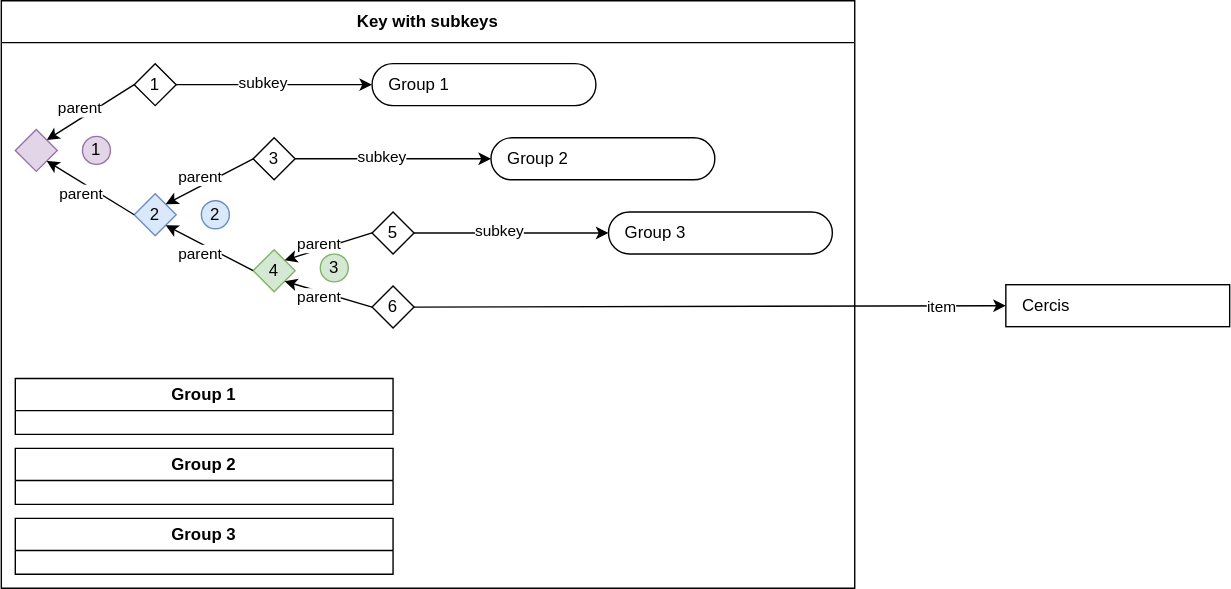
Earlier version of the draw.io export docs/media/indented-key-subkeys.drawio.svg (rbgvictoria/keybase_model). Source tidied: cells renumbered, new cells last; positions are measured from the earlier drawing's top-left corner, leaving out a move shared by most shapes. The source it was exported from:
```xml
<mxGraphModel>
  <root>
    <mxCell id="0" />
    <mxCell id="1" parent="0" />
    <mxCell id="2" value="1" style="ellipse;whiteSpace=wrap;html=1;fillColor=#e1d5e7;strokeColor=#9673a6;direction=south;" parent="1" vertex="1">
      <mxGeometry x="58" y="97" width="20" height="20" as="geometry" />
    </mxCell>
    <mxCell id="3" value="1" style="rhombus;whiteSpace=wrap;html=1;fillColor=none;strokeColor=#000000;" parent="1" vertex="1">
      <mxGeometry x="95" y="45" width="30" height="30" as="geometry" />
    </mxCell>
    <mxCell id="4" style="endArrow=classic;html=1;rounded=0;exitX=0;exitY=0.5;exitDx=0;exitDy=0;entryX=1;entryY=0;entryDx=0;entryDy=0;" parent="1" edge="1" source="3" target="6">
      <mxGeometry relative="1" as="geometry" />
    </mxCell>
    <mxCell id="5" value="parent" style="edgeLabel;html=1;align=center;verticalAlign=middle;" parent="4" vertex="1">
      <mxGeometry x="-0.2" relative="1" as="geometry">
        <mxPoint x="-14" as="offset" />
      </mxGeometry>
    </mxCell>
    <mxCell id="6" style="rhombus;whiteSpace=wrap;html=1;fillColor=#e1d5e7;strokeColor=#9673a6;" parent="1" vertex="1">
      <mxGeometry x="10" y="92" width="30" height="30" as="geometry" />
    </mxCell>
    <mxCell id="7" value="2" style="rhombus;whiteSpace=wrap;html=1;fillColor=#dae8fc;strokeColor=#6c8ebf;" parent="1" vertex="1">
      <mxGeometry x="95" y="138" width="30" height="30" as="geometry" />
    </mxCell>
    <mxCell id="8" style="endArrow=classic;html=1;rounded=0;exitX=0;exitY=0.5;exitDx=0;exitDy=0;entryX=1;entryY=1;entryDx=0;entryDy=0;" parent="1" edge="1" source="7" target="6">
      <mxGeometry relative="1" as="geometry" />
    </mxCell>
    <mxCell id="9" value="parent" style="edgeLabel;html=1;align=center;verticalAlign=middle;" parent="8" vertex="1">
      <mxGeometry x="-0.2" relative="1" as="geometry">
        <mxPoint x="-14" as="offset" />
      </mxGeometry>
    </mxCell>
    <mxCell id="10" value="2" style="ellipse;whiteSpace=wrap;html=1;fillColor=#dae8fc;strokeColor=#6c8ebf;direction=south;" parent="1" vertex="1">
      <mxGeometry x="143" y="143" width="20" height="20" as="geometry" />
    </mxCell>
    <mxCell id="11" value="3" style="rhombus;whiteSpace=wrap;html=1;" parent="1" vertex="1">
      <mxGeometry x="180" y="98" width="30" height="30" as="geometry" />
    </mxCell>
    <mxCell id="12" style="endArrow=classic;html=1;rounded=0;exitX=0;exitY=0.5;exitDx=0;exitDy=0;entryX=1;entryY=0;entryDx=0;entryDy=0;" parent="1" edge="1" source="11" target="7">
      <mxGeometry relative="1" as="geometry" />
    </mxCell>
    <mxCell id="13" value="parent" style="edgeLabel;html=1;align=center;verticalAlign=middle;" parent="12" vertex="1">
      <mxGeometry x="-0.2" relative="1" as="geometry">
        <mxPoint x="-14" as="offset" />
      </mxGeometry>
    </mxCell>
    <mxCell id="14" style="endArrow=classic;html=1;rounded=0;entryX=0;entryY=0.5;entryDx=0;entryDy=0;exitX=1;exitY=0.5;exitDx=0;exitDy=0;" parent="1" edge="1" source="3" target="27">
      <mxGeometry relative="1" as="geometry" />
    </mxCell>
    <mxCell id="15" value="item" style="edgeLabel;html=1;align=center;verticalAlign=middle;" parent="14" vertex="1">
      <mxGeometry x="-0.28" y="-1" relative="1" as="geometry">
        <mxPoint x="7" y="-2" as="offset" />
      </mxGeometry>
    </mxCell>
    <mxCell id="16" value="subkey" style="edgeLabel;html=1;align=center;verticalAlign=middle;" parent="14" vertex="1">
      <mxGeometry x="-0.13" y="2" relative="1" as="geometry" />
    </mxCell>
    <mxCell id="17" value="4" style="rhombus;whiteSpace=wrap;html=1;fillColor=#d5e8d4;strokeColor=#82b366;" parent="1" vertex="1">
      <mxGeometry x="180" y="178" width="30" height="30" as="geometry" />
    </mxCell>
    <mxCell id="18" style="endArrow=classic;html=1;rounded=0;exitX=0;exitY=0.5;exitDx=0;exitDy=0;entryX=1;entryY=1;entryDx=0;entryDy=0;" parent="1" edge="1" source="17" target="7">
      <mxGeometry relative="1" as="geometry" />
    </mxCell>
    <mxCell id="19" value="parent" style="edgeLabel;html=1;align=center;verticalAlign=middle;" parent="18" vertex="1">
      <mxGeometry x="-0.2" relative="1" as="geometry">
        <mxPoint x="-14" as="offset" />
      </mxGeometry>
    </mxCell>
    <mxCell id="20" value="3" style="ellipse;whiteSpace=wrap;html=1;fillColor=#d5e8d4;strokeColor=#82b366;" parent="1" vertex="1">
      <mxGeometry x="228" y="181" width="20" height="20" as="geometry" />
    </mxCell>
    <mxCell id="21" value="5" style="rhombus;whiteSpace=wrap;html=1;" parent="1" vertex="1">
      <mxGeometry x="265" y="151" width="30" height="30" as="geometry" />
    </mxCell>
    <mxCell id="22" style="endArrow=classic;html=1;rounded=0;exitX=0;exitY=0.5;exitDx=0;exitDy=0;entryX=1;entryY=0;entryDx=0;entryDy=0;" parent="1" edge="1" source="21" target="17">
      <mxGeometry relative="1" as="geometry" />
    </mxCell>
    <mxCell id="23" value="parent" style="edgeLabel;html=1;align=center;verticalAlign=middle;" parent="22" vertex="1">
      <mxGeometry x="-0.2" relative="1" as="geometry">
        <mxPoint x="-14" as="offset" />
      </mxGeometry>
    </mxCell>
    <mxCell id="24" value="6" style="rhombus;whiteSpace=wrap;html=1;fillColor=none;" parent="1" vertex="1">
      <mxGeometry x="265" y="204" width="30" height="30" as="geometry" />
    </mxCell>
    <mxCell id="25" style="endArrow=classic;html=1;rounded=0;exitX=0;exitY=0.5;exitDx=0;exitDy=0;entryX=1;entryY=1;entryDx=0;entryDy=0;" parent="1" edge="1" source="24" target="17">
      <mxGeometry relative="1" as="geometry" />
    </mxCell>
    <mxCell id="26" value="parent" style="edgeLabel;html=1;align=center;verticalAlign=middle;" parent="25" vertex="1">
      <mxGeometry x="-0.2" relative="1" as="geometry">
        <mxPoint x="-14" as="offset" />
      </mxGeometry>
    </mxCell>
    <mxCell id="27" value="Group 1" style="rounded=1;whiteSpace=wrap;html=1;arcSize=50;align=left;spacingLeft=10;" parent="1" vertex="1">
      <mxGeometry x="265" y="45" width="160" height="30" as="geometry" />
    </mxCell>
    <mxCell id="28" value="Group 2" style="rounded=1;whiteSpace=wrap;html=1;arcSize=50;align=left;spacingLeft=10;" parent="1" vertex="1">
      <mxGeometry x="350" y="98" width="160" height="30" as="geometry" />
    </mxCell>
    <mxCell id="29" style="endArrow=classic;html=1;rounded=0;entryX=0;entryY=0.5;entryDx=0;entryDy=0;exitX=1;exitY=0.5;exitDx=0;exitDy=0;" parent="1" edge="1" source="11" target="28">
      <mxGeometry relative="1" as="geometry" />
    </mxCell>
    <mxCell id="30" value="item" style="edgeLabel;html=1;align=center;verticalAlign=middle;" parent="29" vertex="1">
      <mxGeometry x="-0.28" y="-1" relative="1" as="geometry">
        <mxPoint x="7" y="-2" as="offset" />
      </mxGeometry>
    </mxCell>
    <mxCell id="31" value="subkey" style="edgeLabel;html=1;align=center;verticalAlign=middle;" parent="29" vertex="1">
      <mxGeometry x="-0.13" y="2" relative="1" as="geometry" />
    </mxCell>
    <mxCell id="32" value="Group 3" style="rounded=1;whiteSpace=wrap;html=1;arcSize=50;align=left;spacingLeft=10;" parent="1" vertex="1">
      <mxGeometry x="434" y="151" width="160" height="30" as="geometry" />
    </mxCell>
    <mxCell id="33" style="endArrow=classic;html=1;rounded=0;entryX=0;entryY=0.5;entryDx=0;entryDy=0;exitX=1;exitY=0.5;exitDx=0;exitDy=0;" parent="1" edge="1" source="21" target="32">
      <mxGeometry relative="1" as="geometry" />
    </mxCell>
    <mxCell id="34" value="item" style="edgeLabel;html=1;align=center;verticalAlign=middle;" parent="33" vertex="1">
      <mxGeometry x="-0.28" y="-1" relative="1" as="geometry">
        <mxPoint x="7" y="-2" as="offset" />
      </mxGeometry>
    </mxCell>
    <mxCell id="35" value="subkey" style="edgeLabel;html=1;align=center;verticalAlign=middle;" parent="33" vertex="1">
      <mxGeometry x="-0.13" y="2" relative="1" as="geometry" />
    </mxCell>
    <mxCell id="36" value="Cercis" style="rounded=0;whiteSpace=wrap;html=1;align=left;spacingLeft=10;" parent="1" vertex="1">
      <mxGeometry x="718" y="203" width="160" height="30" as="geometry" />
    </mxCell>
    <mxCell id="37" style="endArrow=classic;html=1;rounded=0;entryX=0;entryY=0.5;entryDx=0;entryDy=0;exitX=1;exitY=0.5;exitDx=0;exitDy=0;" parent="1" edge="1" source="24" target="36">
      <mxGeometry relative="1" as="geometry" />
    </mxCell>
    <mxCell id="38" value="item" style="edgeLabel;html=1;align=center;verticalAlign=middle;" parent="37" vertex="1">
      <mxGeometry x="-0.28" y="-1" relative="1" as="geometry">
        <mxPoint x="224" y="-1" as="offset" />
      </mxGeometry>
    </mxCell>
    <mxCell id="39" value="Key with subkeys" style="swimlane;whiteSpace=wrap;html=1;startSize=30;" parent="1" vertex="1">
      <mxGeometry width="610" height="420" as="geometry" />
    </mxCell>
    <mxCell id="40" value="Group 1" style="swimlane;whiteSpace=wrap;html=1;" parent="39" vertex="1">
      <mxGeometry x="10" y="270" width="270" height="40" as="geometry" />
    </mxCell>
    <mxCell id="41" value="Group 2" style="swimlane;whiteSpace=wrap;html=1;" parent="39" vertex="1">
      <mxGeometry x="10" y="320" width="270" height="40" as="geometry" />
    </mxCell>
    <mxCell id="42" value="Group 3" style="swimlane;whiteSpace=wrap;html=1;" parent="39" vertex="1">
      <mxGeometry x="10" y="370" width="270" height="40" as="geometry" />
    </mxCell>
  </root>
</mxGraphModel>
```
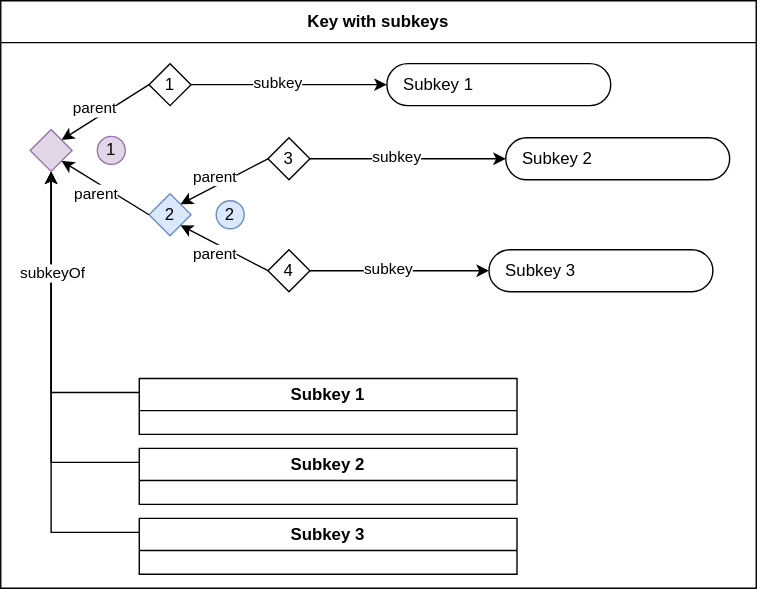
After the commit.

What changed in the source:
```diff
@@ -16,6 +16,18 @@
         <mxPoint x="-14" as="offset" />
       </mxGeometry>
     </mxCell>
+    <mxCell id="43" style="edgeStyle=orthogonalEdgeStyle;rounded=0;jettySize=auto;html=1;exitX=0.5;exitY=1;exitDx=0;exitDy=0;entryX=0;entryY=0.25;entryDx=0;entryDy=0;startArrow=classic;startFill=0;endArrow=none;" parent="1" edge="1" source="6" target="40">
+      <mxGeometry relative="1" as="geometry" />
+    </mxCell>
+    <mxCell id="44" style="edgeStyle=orthogonalEdgeStyle;rounded=0;jettySize=auto;html=1;exitX=0.5;exitY=1;exitDx=0;exitDy=0;entryX=0;entryY=0.25;entryDx=0;entryDy=0;startArrow=classic;startFill=0;endArrow=none;" parent="1" edge="1" source="6" target="41">
+      <mxGeometry relative="1" as="geometry" />
+    </mxCell>
+    <mxCell id="45" style="edgeStyle=orthogonalEdgeStyle;rounded=0;jettySize=auto;html=1;exitX=0.5;exitY=1;exitDx=0;exitDy=0;entryX=0;entryY=0.25;entryDx=0;entryDy=0;endArrow=none;startFill=1;startArrow=classic;" parent="1" edge="1" source="6" target="42">
+      <mxGeometry relative="1" as="geometry" />
+    </mxCell>
+    <mxCell id="46" value="subkeyOf" style="edgeLabel;html=1;align=center;verticalAlign=middle;" parent="45" vertex="1">
+      <mxGeometry x="-0.55" relative="1" as="geometry" />
+    </mxCell>
     <mxCell id="6" style="rhombus;whiteSpace=wrap;html=1;fillColor=#e1d5e7;strokeColor=#9673a6;" parent="1" vertex="1">
       <mxGeometry x="10" y="92" width="30" height="30" as="geometry" />
     </mxCell>
@@ -55,7 +67,7 @@
     <mxCell id="16" value="subkey" style="edgeLabel;html=1;align=center;verticalAlign=middle;" parent="14" vertex="1">
       <mxGeometry x="-0.13" y="2" relative="1" as="geometry" />
     </mxCell>
-    <mxCell id="17" value="4" style="rhombus;whiteSpace=wrap;html=1;fillColor=#d5e8d4;strokeColor=#82b366;" parent="1" vertex="1">
+    <mxCell id="17" value="4" style="rhombus;whiteSpace=wrap;html=1;fillColor=none;" parent="1" vertex="1">
       <mxGeometry x="180" y="178" width="30" height="30" as="geometry" />
     </mxCell>
     <mxCell id="18" style="endArrow=classic;html=1;rounded=0;exitX=0;exitY=0.5;exitDx=0;exitDy=0;entryX=1;entryY=1;entryDx=0;entryDy=0;" parent="1" edge="1" source="17" target="7">
@@ -66,35 +78,10 @@
         <mxPoint x="-14" as="offset" />
       </mxGeometry>
     </mxCell>
-    <mxCell id="20" value="3" style="ellipse;whiteSpace=wrap;html=1;fillColor=#d5e8d4;strokeColor=#82b366;" parent="1" vertex="1">
-      <mxGeometry x="228" y="181" width="20" height="20" as="geometry" />
-    </mxCell>
-    <mxCell id="21" value="5" style="rhombus;whiteSpace=wrap;html=1;" parent="1" vertex="1">
-      <mxGeometry x="265" y="151" width="30" height="30" as="geometry" />
-    </mxCell>
-    <mxCell id="22" style="endArrow=classic;html=1;rounded=0;exitX=0;exitY=0.5;exitDx=0;exitDy=0;entryX=1;entryY=0;entryDx=0;entryDy=0;" parent="1" edge="1" source="21" target="17">
-      <mxGeometry relative="1" as="geometry" />
-    </mxCell>
-    <mxCell id="23" value="parent" style="edgeLabel;html=1;align=center;verticalAlign=middle;" parent="22" vertex="1">
-      <mxGeometry x="-0.2" relative="1" as="geometry">
-        <mxPoint x="-14" as="offset" />
-      </mxGeometry>
-    </mxCell>
-    <mxCell id="24" value="6" style="rhombus;whiteSpace=wrap;html=1;fillColor=none;" parent="1" vertex="1">
-      <mxGeometry x="265" y="204" width="30" height="30" as="geometry" />
-    </mxCell>
-    <mxCell id="25" style="endArrow=classic;html=1;rounded=0;exitX=0;exitY=0.5;exitDx=0;exitDy=0;entryX=1;entryY=1;entryDx=0;entryDy=0;" parent="1" edge="1" source="24" target="17">
-      <mxGeometry relative="1" as="geometry" />
-    </mxCell>
-    <mxCell id="26" value="parent" style="edgeLabel;html=1;align=center;verticalAlign=middle;" parent="25" vertex="1">
-      <mxGeometry x="-0.2" relative="1" as="geometry">
-        <mxPoint x="-14" as="offset" />
-      </mxGeometry>
-    </mxCell>
-    <mxCell id="27" value="Group 1" style="rounded=1;whiteSpace=wrap;html=1;arcSize=50;align=left;spacingLeft=10;" parent="1" vertex="1">
+    <mxCell id="27" value="Subkey 1" style="rounded=1;whiteSpace=wrap;html=1;arcSize=50;align=left;spacingLeft=10;" parent="1" vertex="1">
       <mxGeometry x="265" y="45" width="160" height="30" as="geometry" />
     </mxCell>
-    <mxCell id="28" value="Group 2" style="rounded=1;whiteSpace=wrap;html=1;arcSize=50;align=left;spacingLeft=10;" parent="1" vertex="1">
+    <mxCell id="28" value="Subkey 2" style="rounded=1;whiteSpace=wrap;html=1;arcSize=50;align=left;spacingLeft=10;" parent="1" vertex="1">
       <mxGeometry x="350" y="98" width="160" height="30" as="geometry" />
     </mxCell>
     <mxCell id="29" style="endArrow=classic;html=1;rounded=0;entryX=0;entryY=0.5;entryDx=0;entryDy=0;exitX=1;exitY=0.5;exitDx=0;exitDy=0;" parent="1" edge="1" source="11" target="28">
@@ -108,10 +95,7 @@
     <mxCell id="31" value="subkey" style="edgeLabel;html=1;align=center;verticalAlign=middle;" parent="29" vertex="1">
       <mxGeometry x="-0.13" y="2" relative="1" as="geometry" />
     </mxCell>
-    <mxCell id="32" value="Group 3" style="rounded=1;whiteSpace=wrap;html=1;arcSize=50;align=left;spacingLeft=10;" parent="1" vertex="1">
-      <mxGeometry x="434" y="151" width="160" height="30" as="geometry" />
-    </mxCell>
-    <mxCell id="33" style="endArrow=classic;html=1;rounded=0;entryX=0;entryY=0.5;entryDx=0;entryDy=0;exitX=1;exitY=0.5;exitDx=0;exitDy=0;" parent="1" edge="1" source="21" target="32">
+    <mxCell id="33" style="endArrow=classic;html=1;rounded=0;entryX=0;entryY=0.5;entryDx=0;entryDy=0;exitX=1;exitY=0.5;exitDx=0;exitDy=0;" parent="1" edge="1" source="17" target="32">
       <mxGeometry relative="1" as="geometry" />
     </mxCell>
     <mxCell id="34" value="item" style="edgeLabel;html=1;align=center;verticalAlign=middle;" parent="33" vertex="1">
@@ -122,28 +106,20 @@
     <mxCell id="35" value="subkey" style="edgeLabel;html=1;align=center;verticalAlign=middle;" parent="33" vertex="1">
       <mxGeometry x="-0.13" y="2" relative="1" as="geometry" />
     </mxCell>
-    <mxCell id="36" value="Cercis" style="rounded=0;whiteSpace=wrap;html=1;align=left;spacingLeft=10;" parent="1" vertex="1">
-      <mxGeometry x="718" y="203" width="160" height="30" as="geometry" />
-    </mxCell>
-    <mxCell id="37" style="endArrow=classic;html=1;rounded=0;entryX=0;entryY=0.5;entryDx=0;entryDy=0;exitX=1;exitY=0.5;exitDx=0;exitDy=0;" parent="1" edge="1" source="24" target="36">
-      <mxGeometry relative="1" as="geometry" />
-    </mxCell>
-    <mxCell id="38" value="item" style="edgeLabel;html=1;align=center;verticalAlign=middle;" parent="37" vertex="1">
-      <mxGeometry x="-0.28" y="-1" relative="1" as="geometry">
-        <mxPoint x="224" y="-1" as="offset" />
-      </mxGeometry>
-    </mxCell>
     <mxCell id="39" value="Key with subkeys" style="swimlane;whiteSpace=wrap;html=1;startSize=30;" parent="1" vertex="1">
-      <mxGeometry width="610" height="420" as="geometry" />
+      <mxGeometry x="-11" width="540" height="420" as="geometry" />
     </mxCell>
-    <mxCell id="40" value="Group 1" style="swimlane;whiteSpace=wrap;html=1;" parent="39" vertex="1">
-      <mxGeometry x="10" y="270" width="270" height="40" as="geometry" />
+    <mxCell id="40" value="Subkey 1" style="swimlane;whiteSpace=wrap;html=1;" parent="39" vertex="1">
+      <mxGeometry x="99" y="270" width="270" height="40" as="geometry" />
     </mxCell>
-    <mxCell id="41" value="Group 2" style="swimlane;whiteSpace=wrap;html=1;" parent="39" vertex="1">
-      <mxGeometry x="10" y="320" width="270" height="40" as="geometry" />
+    <mxCell id="41" value="Subkey 2" style="swimlane;whiteSpace=wrap;html=1;" parent="39" vertex="1">
+      <mxGeometry x="99" y="320" width="270" height="40" as="geometry" />
     </mxCell>
-    <mxCell id="42" value="Group 3" style="swimlane;whiteSpace=wrap;html=1;" parent="39" vertex="1">
-      <mxGeometry x="10" y="370" width="270" height="40" as="geometry" />
+    <mxCell id="42" value="Subkey 3" style="swimlane;whiteSpace=wrap;html=1;" parent="39" vertex="1">
+      <mxGeometry x="99" y="370" width="270" height="40" as="geometry" />
     </mxCell>
+    <mxCell id="32" value="Subkey 3" style="rounded=1;whiteSpace=wrap;html=1;arcSize=50;align=left;spacingLeft=10;" parent="39" vertex="1">
+      <mxGeometry x="349" y="178" width="160" height="30" as="geometry" />
+    </mxCell>
   </root>
 </mxGraphModel>
```
